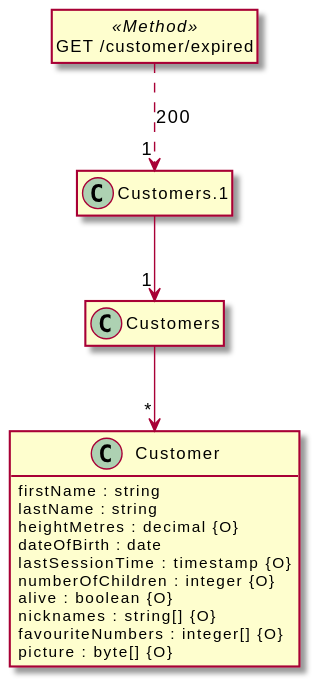
The PlantUML diagram src/docs/tests/path-returns-ref-ref2.puml.svg in davidmoten/openapi-to-plantuml, before a commit.
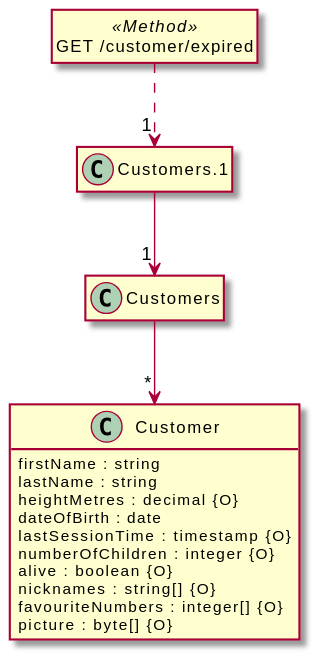
Later version of the same file.

What changed in the source:
```diff
@@ -30,6 +30,6 @@
 
 "Customers.1" --> "1" "Customers"
 
-"GET /customer/expired" ..> "1" "Customers.1" : "200"
+"GET /customer/expired" ..> "1" "Customers.1"
 
 @enduml
```
